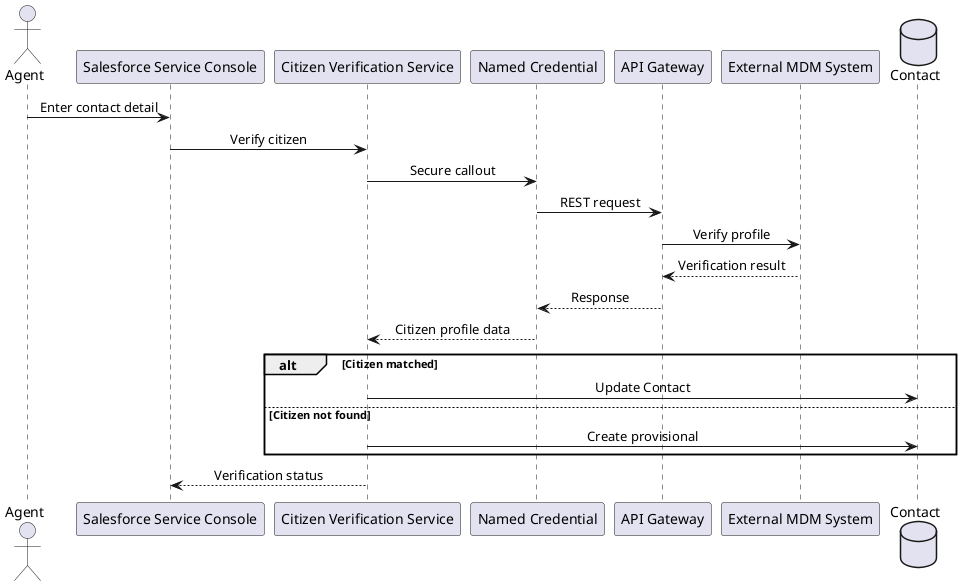
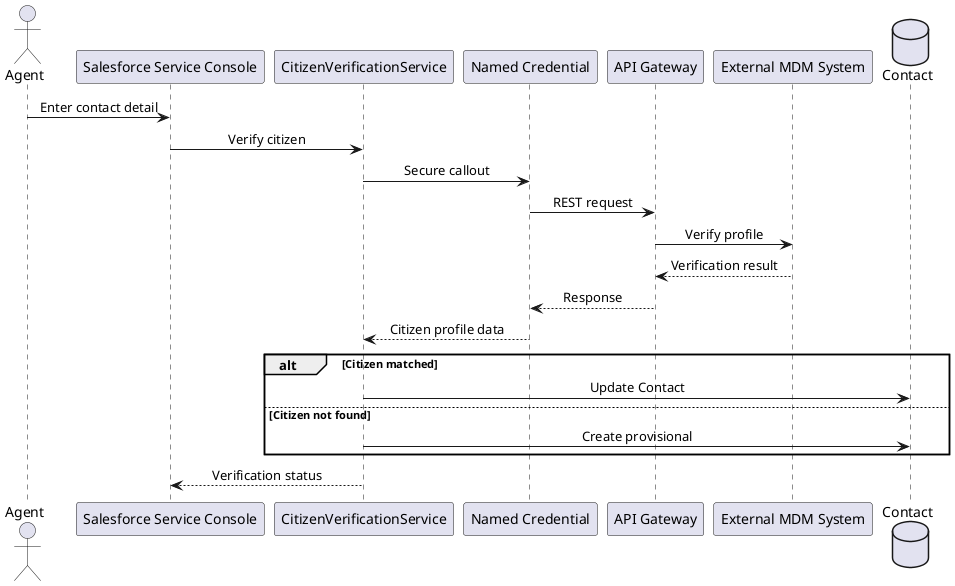
@startuml
skinparam sequenceMessageAlign center
actor Agent
participant "Salesforce Service Console" as Console
- participant "Citizen Verification Service" as Apex
+ participant CitizenVerificationService
participant "Named Credential" as NC
participant "API Gateway" as Gateway
participant "External MDM System" as MDM
database "Contact" as Contact

Agent -> Console : Enter contact detail
- Console -> Apex : Verify citizen
- Apex -> NC : Secure callout
+ Console -> CitizenVerificationService : Verify citizen
+ CitizenVerificationService -> NC : Secure callout
NC -> Gateway : REST request
Gateway -> MDM : Verify profile
MDM --> Gateway : Verification result
Gateway --> NC : Response
- NC --> Apex : Citizen profile data
+ NC --> CitizenVerificationService : Citizen profile data

alt Citizen matched
-   Apex -> Contact : Update Contact
+   CitizenVerificationService -> Contact : Update Contact
else Citizen not found
-   Apex -> Contact : Create provisional
+   CitizenVerificationService -> Contact : Create provisional
end

- Apex --> Console : Verification status
+ CitizenVerificationService --> Console : Verification status

@enduml
